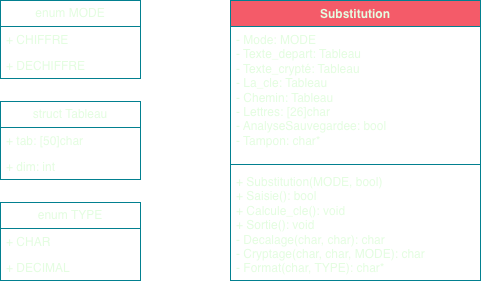
The draw.io diagram assets/img/subcipher-class.png in ulyhmyges/ulyhmyges.github.io, before a commit. Source tidied: cells renumbered, new cells last; positions are measured from the earlier drawing's top-left corner, leaving out a move shared by most shapes.
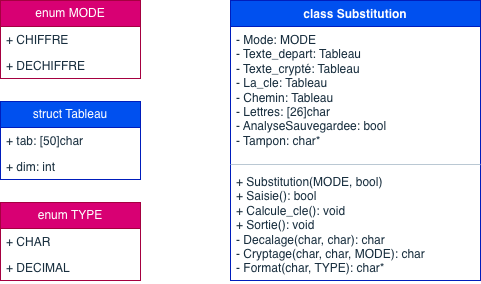
Later version of the same file.

Commit message:
EDIT subcipher class diagram

The edit, as a diff of the source:
```diff
@@ -2,43 +2,43 @@
   <root>
     <mxCell id="0" />
     <mxCell id="1" parent="0" />
-    <mxCell id="2" value="Substitution" style="swimlane;fontStyle=1;align=center;verticalAlign=top;horizontal=1;startSize=26;whiteSpace=wrap;html=1;labelBackgroundColor=none;fillColor=#F45B69;strokeColor=#028090;fontColor=#E4FDE1;" parent="1" vertex="1">
+    <mxCell id="2" value="class Substitution" style="swimlane;fontStyle=1;align=center;verticalAlign=top;horizontal=1;startSize=26;whiteSpace=wrap;html=1;labelBackgroundColor=none;fillColor=#0050ef;strokeColor=#001DBC;fontColor=#ffffff;" parent="1" vertex="1">
       <mxGeometry x="230" width="250" height="280" as="geometry" />
     </mxCell>
-    <mxCell id="3" value="- Mode: MODE&lt;div&gt;- Texte_depart: Tableau&lt;/div&gt;&lt;div&gt;- Texte_crypté: Tableau&lt;/div&gt;&lt;div&gt;- La_cle: Tableau&lt;/div&gt;&lt;div&gt;- Chemin: Tableau&lt;/div&gt;&lt;div&gt;- Lettres: [26]char&lt;/div&gt;&lt;div&gt;- AnalyseSauvegardee: bool&lt;/div&gt;&lt;div&gt;- Tampon: char*&lt;/div&gt;" style="text;strokeColor=none;fillColor=none;align=left;verticalAlign=top;spacingLeft=4;spacingRight=4;overflow=hidden;whiteSpace=wrap;html=1;labelBackgroundColor=none;fontColor=#E4FDE1;" parent="2" vertex="1">
+    <mxCell id="3" value="- Mode: MODE&lt;div&gt;- Texte_depart: Tableau&lt;/div&gt;&lt;div&gt;- Texte_crypté: Tableau&lt;/div&gt;&lt;div&gt;- La_cle: Tableau&lt;/div&gt;&lt;div&gt;- Chemin: Tableau&lt;/div&gt;&lt;div&gt;- Lettres: [26]char&lt;/div&gt;&lt;div&gt;- AnalyseSauvegardee: bool&lt;/div&gt;&lt;div&gt;- Tampon: char*&lt;/div&gt;" style="text;strokeColor=none;fillColor=none;align=left;verticalAlign=top;spacingLeft=4;spacingRight=4;overflow=hidden;whiteSpace=wrap;html=1;labelBackgroundColor=none;fontColor=#182E3E;" parent="2" vertex="1">
       <mxGeometry y="26" width="250" height="134" as="geometry" />
     </mxCell>
-    <mxCell id="4" style="line;strokeWidth=1;fillColor=none;align=left;verticalAlign=middle;spacingTop=-1;spacingLeft=3;spacingRight=3;labelPosition=right;strokeColor=#028090;labelBackgroundColor=none;fontColor=#E4FDE1;" parent="2" vertex="1">
+    <mxCell id="4" style="line;strokeWidth=1;fillColor=none;align=left;verticalAlign=middle;spacingTop=-1;spacingLeft=3;spacingRight=3;labelPosition=right;strokeColor=#BAC8D3;labelBackgroundColor=none;fontColor=#182E3E;" parent="2" vertex="1">
       <mxGeometry y="160" width="250" height="8" as="geometry" />
     </mxCell>
-    <mxCell id="5" value="&lt;div&gt;+ Substitution(MODE, bool)&lt;/div&gt;&lt;div&gt;+ Saisie(): bool&lt;/div&gt;&lt;div&gt;+ Calcule_cle(): void&lt;/div&gt;&lt;div&gt;+ Sortie(): void&lt;/div&gt;- Decalage(char, char): char&lt;div&gt;- Cryptage(char, char, MODE): char&lt;/div&gt;&lt;div&gt;- Format(char, TYPE): char*&lt;/div&gt;" style="text;strokeColor=none;fillColor=none;align=left;verticalAlign=top;spacingLeft=4;spacingRight=4;overflow=hidden;whiteSpace=wrap;html=1;labelBackgroundColor=none;fontColor=#E4FDE1;" parent="2" vertex="1">
+    <mxCell id="5" value="&lt;div&gt;+ Substitution(MODE, bool)&lt;/div&gt;&lt;div&gt;+ Saisie(): bool&lt;/div&gt;&lt;div&gt;+ Calcule_cle(): void&lt;/div&gt;&lt;div&gt;+ Sortie(): void&lt;/div&gt;- Decalage(char, char): char&lt;div&gt;- Cryptage(char, char, MODE): char&lt;/div&gt;&lt;div&gt;- Format(char, TYPE): char*&lt;/div&gt;" style="text;strokeColor=none;fillColor=none;align=left;verticalAlign=top;spacingLeft=4;spacingRight=4;overflow=hidden;whiteSpace=wrap;html=1;labelBackgroundColor=none;fontColor=#182E3E;" parent="2" vertex="1">
       <mxGeometry y="168" width="250" height="112" as="geometry" />
     </mxCell>
-    <mxCell id="6" value="enum MODE" style="swimlane;fontStyle=0;horizontal=1;startSize=26;fillColor=none;whiteSpace=wrap;html=1;labelBackgroundColor=none;strokeColor=#028090;fontColor=#E4FDE1;" parent="1" vertex="1">
+    <mxCell id="6" value="enum MODE" style="swimlane;fontStyle=0;horizontal=1;startSize=26;fillColor=#d80073;whiteSpace=wrap;html=1;labelBackgroundColor=none;strokeColor=#A50040;fontColor=#ffffff;" parent="1" vertex="1">
       <mxGeometry width="140" height="78" as="geometry" />
     </mxCell>
-    <mxCell id="7" value="+ CHIFFRE" style="text;strokeColor=none;fillColor=none;align=left;verticalAlign=top;spacingLeft=4;spacingRight=4;overflow=hidden;whiteSpace=wrap;html=1;labelBackgroundColor=none;fontColor=#E4FDE1;" parent="6" vertex="1">
+    <mxCell id="7" value="+ CHIFFRE" style="text;strokeColor=none;fillColor=none;align=left;verticalAlign=top;spacingLeft=4;spacingRight=4;overflow=hidden;whiteSpace=wrap;html=1;labelBackgroundColor=none;fontColor=#182E3E;" parent="6" vertex="1">
       <mxGeometry y="26" width="140" height="26" as="geometry" />
     </mxCell>
-    <mxCell id="8" value="+ DECHIFFRE" style="text;strokeColor=none;fillColor=none;align=left;verticalAlign=top;spacingLeft=4;spacingRight=4;overflow=hidden;whiteSpace=wrap;html=1;labelBackgroundColor=none;fontColor=#E4FDE1;" parent="6" vertex="1">
+    <mxCell id="8" value="+ DECHIFFRE" style="text;strokeColor=none;fillColor=none;align=left;verticalAlign=top;spacingLeft=4;spacingRight=4;overflow=hidden;whiteSpace=wrap;html=1;labelBackgroundColor=none;fontColor=#182E3E;" parent="6" vertex="1">
       <mxGeometry y="52" width="140" height="26" as="geometry" />
     </mxCell>
-    <mxCell id="9" value="enum TYPE" style="swimlane;fontStyle=0;horizontal=1;startSize=26;fillColor=none;whiteSpace=wrap;html=1;labelBackgroundColor=none;strokeColor=#028090;fontColor=#E4FDE1;" parent="1" vertex="1">
+    <mxCell id="9" value="enum TYPE" style="swimlane;fontStyle=0;horizontal=1;startSize=26;fillColor=#d80073;whiteSpace=wrap;html=1;labelBackgroundColor=none;strokeColor=#A50040;fontColor=#ffffff;" parent="1" vertex="1">
       <mxGeometry y="202" width="140" height="78" as="geometry" />
     </mxCell>
-    <mxCell id="10" value="+ CHAR" style="text;strokeColor=none;fillColor=none;align=left;verticalAlign=top;spacingLeft=4;spacingRight=4;overflow=hidden;whiteSpace=wrap;html=1;labelBackgroundColor=none;fontColor=#E4FDE1;" parent="9" vertex="1">
+    <mxCell id="10" value="+ CHAR" style="text;strokeColor=none;fillColor=none;align=left;verticalAlign=top;spacingLeft=4;spacingRight=4;overflow=hidden;whiteSpace=wrap;html=1;labelBackgroundColor=none;fontColor=#182E3E;" parent="9" vertex="1">
       <mxGeometry y="26" width="140" height="26" as="geometry" />
     </mxCell>
-    <mxCell id="11" value="+ DECIMAL" style="text;strokeColor=none;fillColor=none;align=left;verticalAlign=top;spacingLeft=4;spacingRight=4;overflow=hidden;whiteSpace=wrap;html=1;labelBackgroundColor=none;fontColor=#E4FDE1;" parent="9" vertex="1">
+    <mxCell id="11" value="+ DECIMAL" style="text;strokeColor=none;fillColor=none;align=left;verticalAlign=top;spacingLeft=4;spacingRight=4;overflow=hidden;whiteSpace=wrap;html=1;labelBackgroundColor=none;fontColor=#182E3E;" parent="9" vertex="1">
       <mxGeometry y="52" width="140" height="26" as="geometry" />
     </mxCell>
-    <mxCell id="12" value="struct Tableau" style="swimlane;fontStyle=0;horizontal=1;startSize=26;fillColor=none;whiteSpace=wrap;html=1;labelBackgroundColor=none;strokeColor=#028090;fontColor=#E4FDE1;" parent="1" vertex="1">
+    <mxCell id="12" value="struct Tableau" style="swimlane;fontStyle=0;horizontal=1;startSize=26;fillColor=#0050ef;whiteSpace=wrap;html=1;labelBackgroundColor=none;strokeColor=#001DBC;fontColor=#ffffff;" parent="1" vertex="1">
       <mxGeometry y="101" width="140" height="78" as="geometry" />
     </mxCell>
-    <mxCell id="13" value="+ tab: [50]char" style="text;strokeColor=none;fillColor=none;align=left;verticalAlign=top;spacingLeft=4;spacingRight=4;overflow=hidden;whiteSpace=wrap;html=1;labelBackgroundColor=none;fontColor=#E4FDE1;" parent="12" vertex="1">
+    <mxCell id="13" value="+ tab: [50]char" style="text;strokeColor=none;fillColor=none;align=left;verticalAlign=top;spacingLeft=4;spacingRight=4;overflow=hidden;whiteSpace=wrap;html=1;labelBackgroundColor=none;fontColor=#182E3E;" parent="12" vertex="1">
       <mxGeometry y="26" width="140" height="26" as="geometry" />
     </mxCell>
-    <mxCell id="14" value="+ dim: int" style="text;strokeColor=none;fillColor=none;align=left;verticalAlign=top;spacingLeft=4;spacingRight=4;overflow=hidden;whiteSpace=wrap;html=1;labelBackgroundColor=none;fontColor=#E4FDE1;" parent="12" vertex="1">
+    <mxCell id="14" value="+ dim: int" style="text;strokeColor=none;fillColor=none;align=left;verticalAlign=top;spacingLeft=4;spacingRight=4;overflow=hidden;whiteSpace=wrap;html=1;labelBackgroundColor=none;fontColor=#182E3E;" parent="12" vertex="1">
       <mxGeometry y="52" width="140" height="26" as="geometry" />
     </mxCell>
   </root>
```
